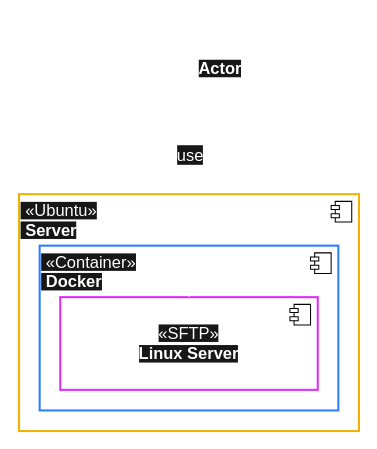
The draw.io diagram page "server_sftp-introduction" (1 of 3) of DATA_STREET/DATA_STREET.drawio in TrulyDigital/project-documentation, before the edit. Source tidied: cells renumbered, new cells numbered last; positions are measured from the earlier drawing's top-left corner, leaving out a move shared by most shapes. Both pictures are drawn from the tidied source at 103%, with x=0, y=0 at pixel (19, 19).
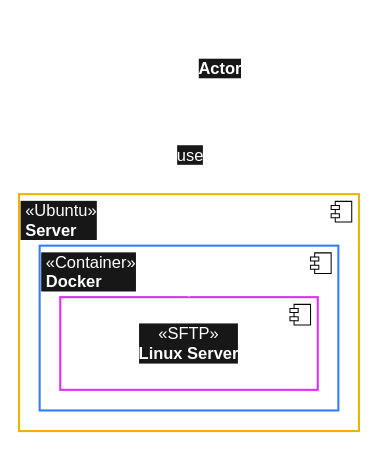
After the change.

Diff of the diagram source:
```diff
@@
 <mxGraphModel>
   <root>
     <mxCell id="0" />
     <mxCell id="1" parent="0" />
-    <mxCell id="2" value="&lt;span style=&quot;background-color: rgb(23, 23, 23);&quot;&gt;&amp;nbsp;«Ubuntu»&lt;br&gt;&lt;b&gt;&amp;nbsp;Server&lt;/b&gt;&lt;/span&gt;" style="html=1;whiteSpace=wrap;align=left;verticalAlign=top;fillColor=none;fontFamily=Helvetica;strokeColor=#F0B100;fontSize=16;strokeWidth=2;fontColor=#FFFFFF;" parent="1" vertex="1">
+    <mxCell id="2" value="&lt;span style=&quot;&quot;&gt;&amp;nbsp;«Ubuntu»&lt;br&gt;&lt;b&gt;&amp;nbsp;Server&lt;/b&gt;&lt;/span&gt;" style="html=1;whiteSpace=wrap;align=left;verticalAlign=top;fillColor=none;fontFamily=Helvetica;strokeColor=#F0B100;fontSize=16;strokeWidth=2;fontColor=#FFFFFF;labelBackgroundColor=#171717;" parent="1" vertex="1">
       <mxGeometry y="170" width="330" height="230" as="geometry" />
     </mxCell>
     <mxCell id="3" style="shape=module;jettyWidth=8;jettyHeight=4;fontFamily=Inter;fontSize=16;" parent="2" vertex="1">
       <mxGeometry x="1" width="20" height="20" relative="1" as="geometry">
         <mxPoint x="-27" y="7" as="offset" />
       </mxGeometry>
     </mxCell>
-    <mxCell id="4" value="&lt;font style=&quot;background-color: rgb(23, 23, 23);&quot;&gt;&amp;nbsp;«Container»&lt;br&gt;&lt;b&gt;&amp;nbsp;Docker&lt;/b&gt;&lt;/font&gt;" style="html=1;whiteSpace=wrap;align=left;verticalAlign=top;fillColor=none;fontFamily=Helvetica;strokeColor=#2B7FFF;fontSize=16;strokeWidth=2;fontColor=#FFFFFF;" parent="1" vertex="1">
+    <mxCell id="4" value="&lt;font style=&quot;&quot;&gt;&amp;nbsp;«Container»&lt;br&gt;&lt;b&gt;&amp;nbsp;Docker&lt;/b&gt;&lt;/font&gt;" style="html=1;whiteSpace=wrap;align=left;verticalAlign=top;fillColor=none;fontFamily=Helvetica;strokeColor=#2B7FFF;fontSize=16;strokeWidth=2;fontColor=#FFFFFF;labelBackgroundColor=#171717;" parent="1" vertex="1">
       <mxGeometry x="20" y="220" width="290" height="160" as="geometry" />
     </mxCell>
     <mxCell id="5" style="shape=module;jettyWidth=8;jettyHeight=4;fontFamily=Inter;fontSize=16;" parent="4" vertex="1">
       <mxGeometry x="1" width="20" height="20" relative="1" as="geometry">
         <mxPoint x="-27" y="7" as="offset" />
       </mxGeometry>
     </mxCell>
-    <mxCell id="6" value="&lt;font style=&quot;background-color: rgb(23, 23, 23);&quot;&gt;«SFTP»&lt;br&gt;&lt;b&gt;Linux Server&lt;/b&gt;&lt;/font&gt;" style="html=1;whiteSpace=wrap;align=center;verticalAlign=middle;fillColor=none;fontFamily=Helvetica;strokeColor=#E12AFB;fontSize=16;strokeWidth=2;fontColor=#FFFFFF;" parent="1" vertex="1">
+    <mxCell id="6" value="&lt;font style=&quot;&quot;&gt;«SFTP»&lt;br&gt;&lt;b&gt;Linux Server&lt;/b&gt;&lt;/font&gt;" style="html=1;whiteSpace=wrap;align=center;verticalAlign=middle;fillColor=none;fontFamily=Helvetica;strokeColor=#E12AFB;fontSize=16;strokeWidth=2;fontColor=#FFFFFF;labelBackgroundColor=#171717;" parent="1" vertex="1">
       <mxGeometry x="40" y="270" width="250" height="90" as="geometry" />
     </mxCell>
     <mxCell id="7" style="shape=module;jettyWidth=8;jettyHeight=4;fontFamily=Inter;fontSize=16;" parent="6" vertex="1">
       <mxGeometry x="1" width="20" height="20" relative="1" as="geometry">
         <mxPoint x="-27" y="7" as="offset" />
       </mxGeometry>
     </mxCell>
     <mxCell id="8" style="edgeStyle=orthogonalEdgeStyle;rounded=0;jettySize=auto;html=1;dashed=1;strokeWidth=2;strokeColor=#FFFFFF;fontSize=16;" parent="1" edge="1" source="10" target="6">
       <mxGeometry relative="1" as="geometry">
         <Array as="points">
           <mxPoint x="165" y="180" />
           <mxPoint x="165" y="180" />
         </Array>
       </mxGeometry>
     </mxCell>
     <mxCell id="9" value="&lt;span style=&quot;&quot;&gt;&lt;font style=&quot;&quot;&gt;use&lt;/font&gt;&lt;/span&gt;" style="edgeLabel;html=1;align=center;verticalAlign=middle;fontFamily=Helvetica;fontSize=16;labelBackgroundColor=#171717;fontColor=#FFFFFF;" parent="8" vertex="1">
       <mxGeometry x="-0.36" y="-1" relative="1" as="geometry">
         <mxPoint x="1" y="-17" as="offset" />
       </mxGeometry>
     </mxCell>
-    <mxCell id="10" style="shape=umlActor;verticalLabelPosition=bottom;verticalAlign=top;html=1;strokeWidth=2;strokeColor=#FFFFFF;fontSize=16;" parent="1" vertex="1">
+    <mxCell id="10" style="shape=umlActor;verticalLabelPosition=bottom;verticalAlign=top;html=1;strokeWidth=2;strokeColor=#FFFFFF;fontSize=16;labelBackgroundColor=default;fillColor=#FFFFFF;shadow=0;" parent="1" vertex="1">
       <mxGeometry x="140" width="50" height="90" as="geometry" />
     </mxCell>
-    <mxCell id="11" value="&lt;font style=&quot;color: rgb(255, 255, 255); background-color: rgb(23, 23, 23);&quot;&gt;Actor&lt;/font&gt;" style="text;align=center;fontStyle=1;verticalAlign=middle;spacingLeft=3;spacingRight=3;strokeColor=none;html=1;fontFamily=Helvetica;fontSize=16;" parent="1" vertex="1">
+    <mxCell id="11" value="&lt;font style=&quot;&quot;&gt;Actor&lt;/font&gt;" style="text;align=center;fontStyle=1;verticalAlign=middle;spacingLeft=3;spacingRight=3;strokeColor=none;html=1;fontFamily=Helvetica;fontSize=16;fontColor=#FFFFFF;labelBackgroundColor=#171717;" parent="1" vertex="1">
       <mxGeometry x="155" y="35" width="80" height="26" as="geometry" />
     </mxCell>
   </root>
 </mxGraphModel>
```
